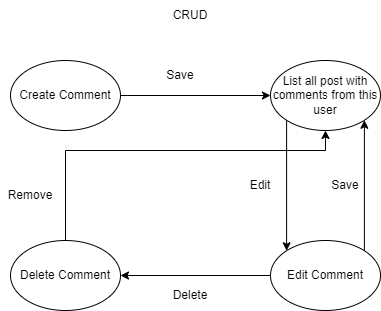
Before: docs/UseCaseManageComments/UCManageCommentsCRUD.drawio.png, a diagram exported from draw.io (millisom/GluGuide). Source tidied: cells renumbered, new cells last; positions are measured from the earlier drawing's top-left corner, leaving out a move shared by most shapes.
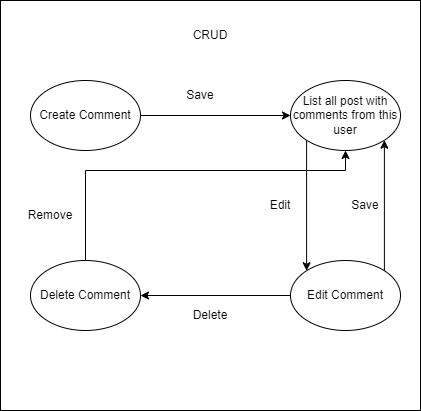
After the change.

Change to the diagram source:
```diff
@@ -2,6 +2,9 @@
   <root>
     <mxCell id="0" />
     <mxCell id="1" parent="0" />
+    <mxCell id="17" style="rounded=0;whiteSpace=wrap;html=1;" parent="1" vertex="1">
+      <mxGeometry x="-20" y="-20" width="420" height="410" as="geometry" />
+    </mxCell>
     <mxCell id="2" style="edgeStyle=orthogonalEdgeStyle;rounded=0;jettySize=auto;html=1;" parent="1" edge="1" source="3" target="10">
       <mxGeometry relative="1" as="geometry" />
     </mxCell>
```
